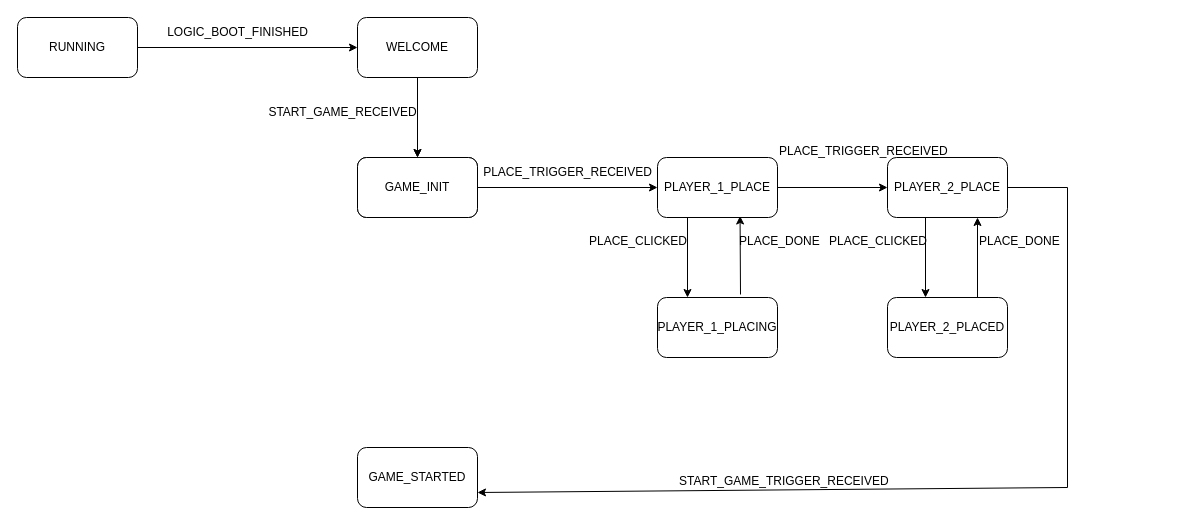
Above: Diagrams/BusinessAirplanes.drawio in MoraruMihail/BusinessAirplanesStateMachine (draw.io), before the change. Source tidied: cells renumbered, new cells numbered last; positions are measured from the earlier drawing's top-left corner, leaving out a move shared by most shapes. Both pictures are drawn from the tidied source at 100%, with x=0, y=0 at pixel (17, 17).
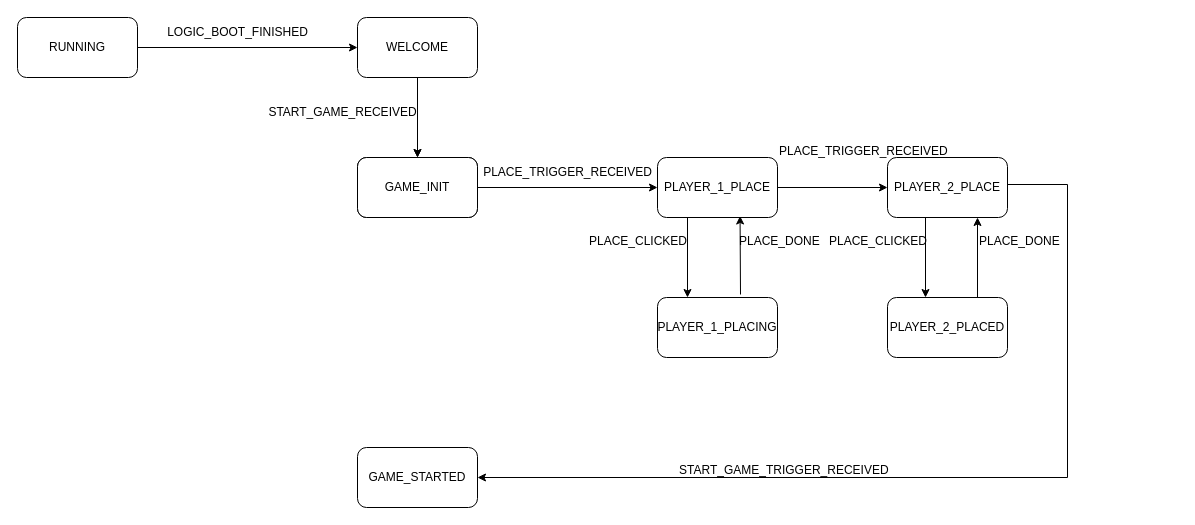
Above is the later version.

The change refers to these unchanged cells:
```xml
<mxCell id="8" value="PLAYER_2_PLACE" style="rounded=1;whiteSpace=wrap;html=1;" parent="1" vertex="1">
  <mxGeometry x="870" y="140" width="120" height="60" as="geometry" />
</mxCell>
<mxCell id="10" value="GAME_STARTED" style="rounded=1;whiteSpace=wrap;html=1;" parent="1" vertex="1">
  <mxGeometry x="340" y="430" width="120" height="60" as="geometry" />
</mxCell>
```

The edit, as a diff of the source:
```diff
@@
-    <mxCell id="19" style="endArrow=classic;html=1;rounded=0;entryX=1;entryY=0.75;entryDx=0;entryDy=0;exitX=1;exitY=0.5;exitDx=0;exitDy=0;" parent="1" edge="1" source="8" target="10">
+    <mxCell id="19" style="endArrow=classic;html=1;rounded=0;entryX=1;entryY=0.5;entryDx=0;entryDy=0;exitX=1;exitY=0.5;exitDx=0;exitDy=0;" parent="1" edge="1" target="10">
       <mxGeometry relative="1" as="geometry">
+        <mxPoint x="990" y="167" as="sourcePoint" />
         <Array as="points">
-          <mxPoint x="1050" y="170" />
-          <mxPoint x="1050" y="470" />
+          <mxPoint x="1050" y="167" />
+          <mxPoint x="1050" y="460" />
         </Array>
       </mxGeometry>
     </mxCell>
@@
     <mxCell id="29" value="START_GAME_TRIGGER_RECEIVED" style="text;whiteSpace=wrap;html=1;" parent="1" vertex="1">
-      <mxGeometry x="660" y="450" width="200" height="40" as="geometry" />
+      <mxGeometry x="660" y="439" width="200" height="40" as="geometry" />
     </mxCell>
```
